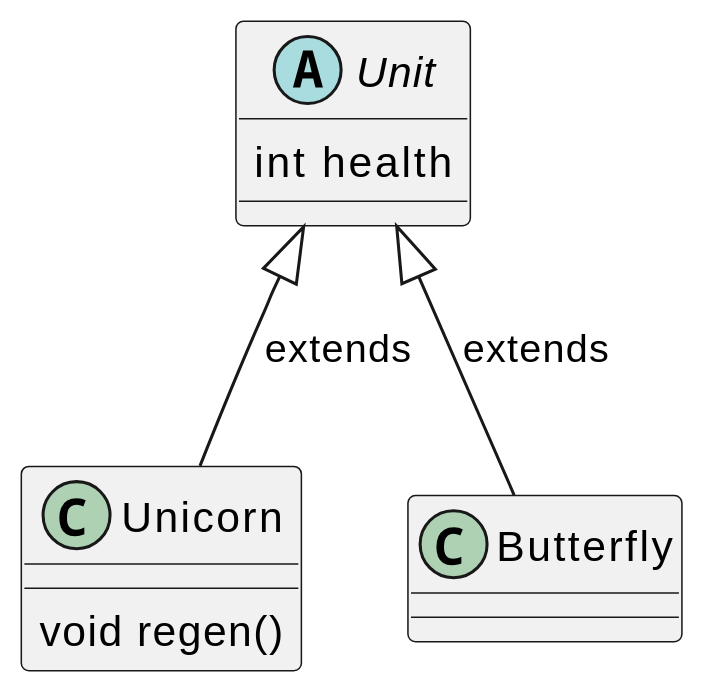
This is img/diagrams/plantuml/downcast_simple.svg from unibz-oofp-25-26/unibz-oofp-25-26.github.io, a PlantUML export, as it was before one commit.
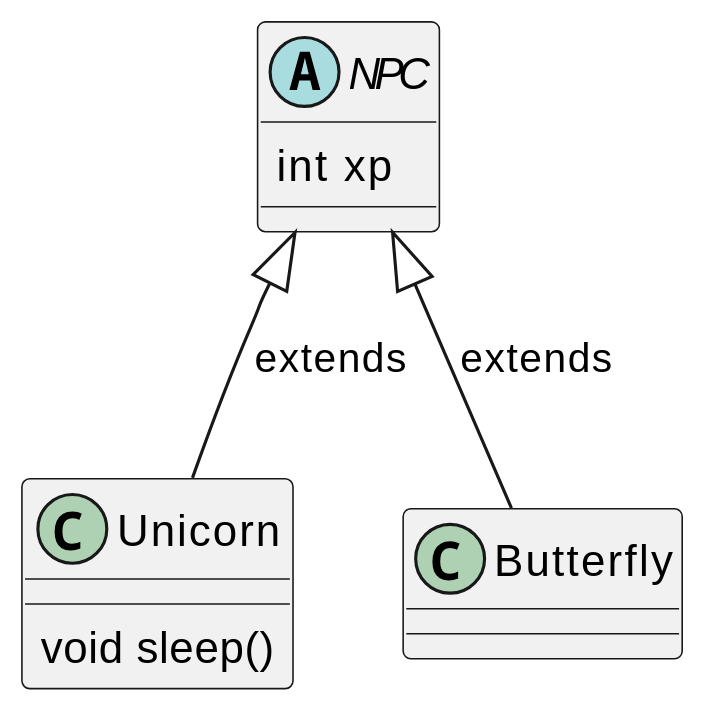
Later version of the same file.

The edit, as a diff of the source:
```diff
@@ -1,17 +1,17 @@
 @startuml
 scale 500 width
 
-abstract class Unit {
- int health
+abstract class NPC {
+ int xp
 }
 
 class Unicorn {
- void regen()
+ void sleep()
 }
 
 class Butterfly {
 }
 
-Unit <|-- Unicorn : extends
-Unit <|-- Butterfly : extends
+NPC <|-- Unicorn : extends
+NPC <|-- Butterfly : extends
 @enduml
```
